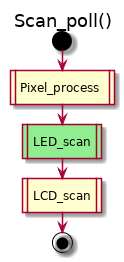
Earlier version of the PlantUML export doc/uml/Scan_poll.png (kluelogic/controller).
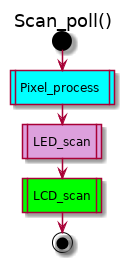
The same file after the commit.

The edit, as a diff of the source:
```diff
@@ -1,8 +1,8 @@
 @startuml
 title Scan_poll()
 start
-:Pixel_process|
-#LightGreen:LED_scan|
-:LCD_scan|
+#Aqua:Pixel_process|
+#Plum:LED_scan|
+#Lime:LCD_scan|
 stop
 @enduml
```
